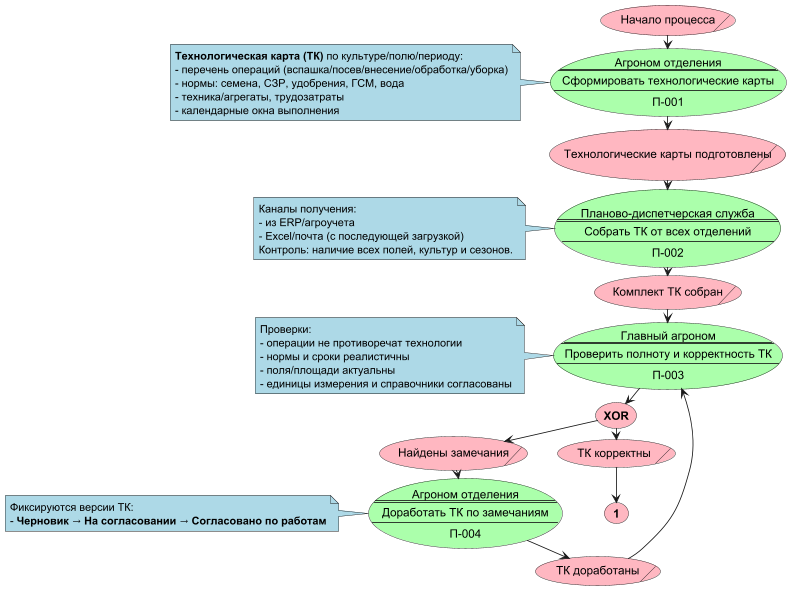
Before: out/docs/СхемаПроцесса/FieldWorksPlanningProcessPart1.png, a diagram exported from PlantUML (redokov/infostart2026).
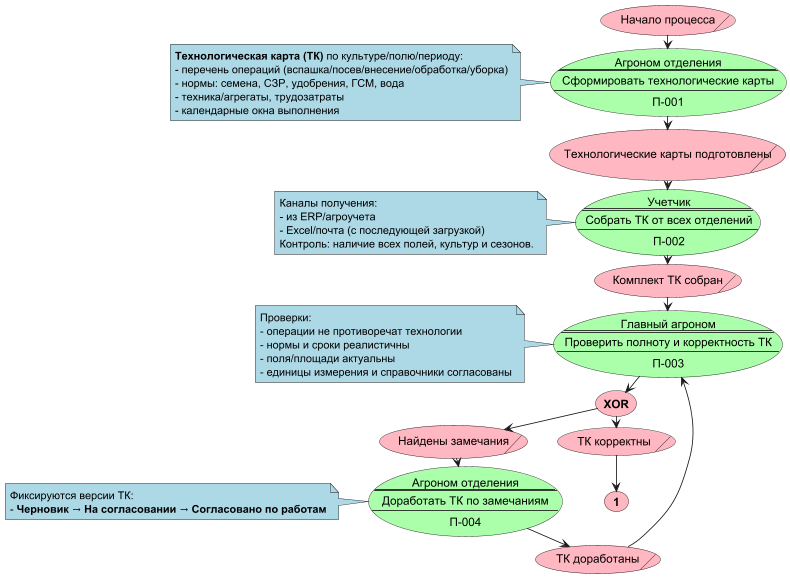
After the commit.

Commit message:
Изменил схему процесса и её диаграммы

What changed in the source:
```diff
@@ -33,7 +33,7 @@
 usecase/ С.1 as "Технологические карты подготовлены"
 
 usecase Ф.2 #AAFFAA as "
-Планово-диспетчерская служба
+Учетчик
 ====
 Собрать ТК от всех отделений
 ----
```
